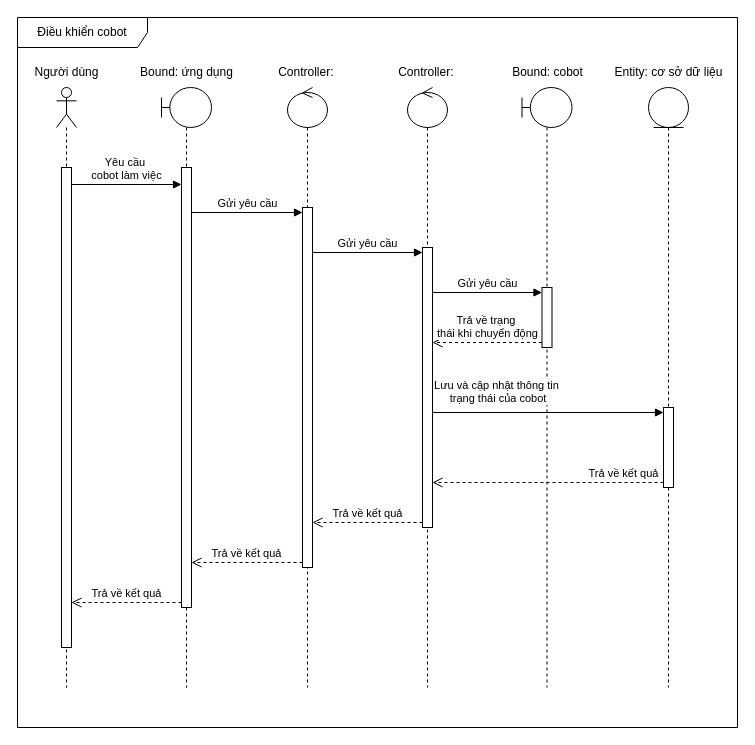
LTDat-HustK65/main-system keeps this draw.io diagram as page "Trang-3" (3 of 4) of sequence_diagram.drawio. Above is the earlier version. Source tidied: cells renumbered, new cells numbered last; positions are measured from the earlier drawing's top-left corner, leaving out a move shared by most shapes. Both pictures are drawn from the tidied source at 100%, with x=0, y=0 at pixel (17, 17).
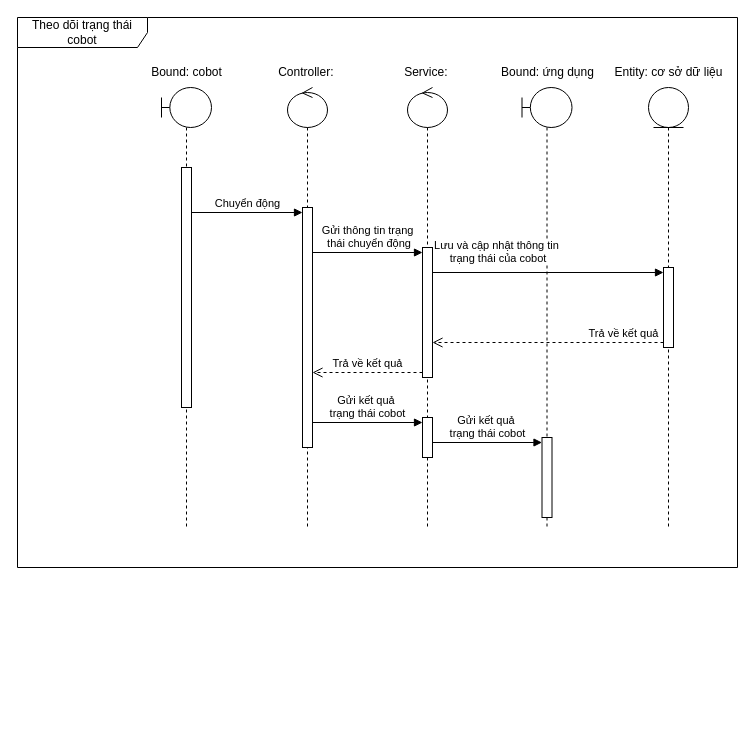
The same page after the edit.

The edit, as a diff of the source:
```diff
@@
-    <mxCell id="2" style="shape=umlLifeline;perimeter=lifelinePerimeter;whiteSpace=wrap;html=1;newEdgeStyle={&quot;curved&quot;:0,&quot;rounded&quot;:0};participant=umlActor;" parent="1" vertex="1">
-      <mxGeometry x="39" y="70" width="20" height="600" as="geometry" />
-    </mxCell>
-    <mxCell id="3" style="html=1;points=[[0,0,0,0,5],[0,1,0,0,-5],[1,0,0,0,5],[1,1,0,0,-5]];perimeter=orthogonalPerimeter;outlineConnect=0;targetShapes=umlLifeline;portConstraint=eastwest;newEdgeStyle={&quot;curved&quot;:0,&quot;rounded&quot;:0};" parent="2" vertex="1">
-      <mxGeometry x="5" y="80" width="10" height="480" as="geometry" />
-    </mxCell>
     <mxCell id="4" style="shape=umlLifeline;perimeter=lifelinePerimeter;whiteSpace=wrap;html=1;newEdgeStyle={&quot;curved&quot;:0,&quot;rounded&quot;:0};participant=umlBoundary;" parent="1" vertex="1">
-      <mxGeometry x="144" y="70" width="50" height="600" as="geometry" />
+      <mxGeometry x="144" y="70" width="50" height="440" as="geometry" />
     </mxCell>
     <mxCell id="5" style="html=1;points=[[0,0,0,0,5],[0,1,0,0,-5],[1,0,0,0,5],[1,1,0,0,-5]];perimeter=orthogonalPerimeter;outlineConnect=0;targetShapes=umlLifeline;portConstraint=eastwest;newEdgeStyle={&quot;curved&quot;:0,&quot;rounded&quot;:0};" parent="4" vertex="1">
-      <mxGeometry x="20" y="80" width="10" height="440" as="geometry" />
+      <mxGeometry x="20" y="80" width="10" height="240" as="geometry" />
     </mxCell>
     <mxCell id="6" style="shape=umlLifeline;perimeter=lifelinePerimeter;whiteSpace=wrap;html=1;newEdgeStyle={&quot;curved&quot;:0,&quot;rounded&quot;:0};participant=umlControl;" parent="1" vertex="1">
-      <mxGeometry x="270" y="70" width="40" height="600" as="geometry" />
+      <mxGeometry x="270" y="70" width="40" height="440" as="geometry" />
     </mxCell>
     <mxCell id="7" style="html=1;points=[[0,0,0,0,5],[0,1,0,0,-5],[1,0,0,0,5],[1,1,0,0,-5]];perimeter=orthogonalPerimeter;outlineConnect=0;targetShapes=umlLifeline;portConstraint=eastwest;newEdgeStyle={&quot;curved&quot;:0,&quot;rounded&quot;:0};" parent="6" vertex="1">
-      <mxGeometry x="15" y="120" width="10" height="360" as="geometry" />
+      <mxGeometry x="15" y="120" width="10" height="240" as="geometry" />
     </mxCell>
-    <mxCell id="8" value="Người dùng" style="text;html=1;align=center;verticalAlign=middle;strokeColor=none;fillColor=none;" parent="1" vertex="1">
-      <mxGeometry x="4" y="40" width="90" height="30" as="geometry" />
-    </mxCell>
-    <mxCell id="9" value="Bound: ứng dụng" style="text;html=1;align=center;verticalAlign=middle;strokeColor=none;fillColor=none;" parent="1" vertex="1">
-      <mxGeometry x="109" y="40" width="120" height="30" as="geometry" />
+    <mxCell id="9" value="Bound: cobot" style="text;html=1;align=center;verticalAlign=middle;strokeColor=none;fillColor=none;" parent="1" vertex="1">
+      <mxGeometry x="124" y="40" width="90" height="30" as="geometry" />
     </mxCell>
@@
     <mxCell id="11" style="shape=umlLifeline;perimeter=lifelinePerimeter;whiteSpace=wrap;html=1;newEdgeStyle={&quot;curved&quot;:0,&quot;rounded&quot;:0};participant=umlControl;" parent="1" vertex="1">
-      <mxGeometry x="390" y="70" width="40" height="600" as="geometry" />
+      <mxGeometry x="390" y="70" width="40" height="440" as="geometry" />
     </mxCell>
     <mxCell id="12" style="html=1;points=[[0,0,0,0,5],[0,1,0,0,-5],[1,0,0,0,5],[1,1,0,0,-5]];perimeter=orthogonalPerimeter;outlineConnect=0;targetShapes=umlLifeline;portConstraint=eastwest;newEdgeStyle={&quot;curved&quot;:0,&quot;rounded&quot;:0};" parent="11" vertex="1">
-      <mxGeometry x="15" y="160" width="10" height="280" as="geometry" />
+      <mxGeometry x="15" y="160" width="10" height="130" as="geometry" />
     </mxCell>
-    <mxCell id="13" value="Controller:&amp;nbsp;" style="text;html=1;align=center;verticalAlign=middle;strokeColor=none;fillColor=none;" parent="1" vertex="1">
-      <mxGeometry x="370" y="40" width="80" height="30" as="geometry" />
+    <mxCell id="13" value="Service:&amp;nbsp;" style="text;html=1;align=center;verticalAlign=middle;strokeColor=none;fillColor=none;" parent="1" vertex="1">
+      <mxGeometry x="375" y="40" width="70" height="30" as="geometry" />
     </mxCell>
     <mxCell id="14" style="shape=umlLifeline;perimeter=lifelinePerimeter;whiteSpace=wrap;html=1;newEdgeStyle={&quot;curved&quot;:0,&quot;rounded&quot;:0};participant=umlBoundary;" parent="1" vertex="1">
-      <mxGeometry x="504.5" y="70" width="50" height="600" as="geometry" />
+      <mxGeometry x="504.5" y="70" width="50" height="440" as="geometry" />
     </mxCell>
-    <mxCell id="15" style="html=1;points=[[0,0,0,0,5],[0,1,0,0,-5],[1,0,0,0,5],[1,1,0,0,-5]];perimeter=orthogonalPerimeter;outlineConnect=0;targetShapes=umlLifeline;portConstraint=eastwest;newEdgeStyle={&quot;curved&quot;:0,&quot;rounded&quot;:0};" parent="14" vertex="1">
-      <mxGeometry x="20" y="200" width="10" height="60" as="geometry" />
-    </mxCell>
-    <mxCell id="16" value="Bound: cobot" style="text;html=1;align=center;verticalAlign=middle;strokeColor=none;fillColor=none;" parent="1" vertex="1">
-      <mxGeometry x="484.5" y="40" width="90" height="30" as="geometry" />
+    <mxCell id="16" value="Bound: ứng dụng" style="text;html=1;align=center;verticalAlign=middle;strokeColor=none;fillColor=none;" parent="1" vertex="1">
+      <mxGeometry x="469.5" y="40" width="120" height="30" as="geometry" />
     </mxCell>
     <mxCell id="17" style="shape=umlLifeline;perimeter=lifelinePerimeter;whiteSpace=wrap;html=1;newEdgeStyle={&quot;curved&quot;:0,&quot;rounded&quot;:0};participant=umlEntity;" parent="1" vertex="1">
-      <mxGeometry x="631" y="70" width="40" height="600" as="geometry" />
+      <mxGeometry x="631" y="70" width="40" height="440" as="geometry" />
     </mxCell>
     <mxCell id="18" style="html=1;points=[[0,0,0,0,5],[0,1,0,0,-5],[1,0,0,0,5],[1,1,0,0,-5]];perimeter=orthogonalPerimeter;outlineConnect=0;targetShapes=umlLifeline;portConstraint=eastwest;newEdgeStyle={&quot;curved&quot;:0,&quot;rounded&quot;:0};" parent="17" vertex="1">
-      <mxGeometry x="15" y="320" width="10" height="80" as="geometry" />
+      <mxGeometry x="15" y="180" width="10" height="80" as="geometry" />
     </mxCell>
@@
-    <mxCell id="20" value="Yêu cầu&amp;nbsp;&lt;div&gt;cobot làm việc&lt;/div&gt;" style="html=1;verticalAlign=bottom;endArrow=block;curved=0;rounded=0;" parent="1" edge="1" target="5">
-      <mxGeometry relative="1" as="geometry">
-        <mxPoint x="54" y="167" as="sourcePoint" />
-      </mxGeometry>
-    </mxCell>
-    <mxCell id="21" value="Gửi yêu cầu" style="html=1;verticalAlign=bottom;endArrow=block;curved=0;rounded=0;entryX=0;entryY=0;entryDx=0;entryDy=5;entryPerimeter=0;" parent="1" edge="1" source="5" target="7">
+    <mxCell id="21" value="Chuyển động" style="html=1;verticalAlign=bottom;endArrow=block;curved=0;rounded=0;entryX=0;entryY=0;entryDx=0;entryDy=5;entryPerimeter=0;" parent="1" edge="1" source="5" target="7">
       <mxGeometry relative="1" as="geometry" />
     </mxCell>
-    <mxCell id="22" value="Gửi yêu cầu" style="html=1;verticalAlign=bottom;endArrow=block;curved=0;rounded=0;entryX=0;entryY=0;entryDx=0;entryDy=5;entryPerimeter=0;" parent="1" edge="1" source="7" target="12">
+    <mxCell id="22" value="Gửi thông tin trạng&lt;div&gt;&amp;nbsp;thái chuyển động&lt;/div&gt;" style="html=1;verticalAlign=bottom;endArrow=block;curved=0;rounded=0;entryX=0;entryY=0;entryDx=0;entryDy=5;entryPerimeter=0;" parent="1" edge="1" source="7" target="12">
       <mxGeometry relative="1" as="geometry" />
     </mxCell>
-    <mxCell id="23" value="Gửi yêu cầu" style="html=1;verticalAlign=bottom;endArrow=block;curved=0;rounded=0;entryX=0;entryY=0;entryDx=0;entryDy=5;entryPerimeter=0;" parent="1" edge="1" source="12" target="15">
-      <mxGeometry relative="1" as="geometry" />
-    </mxCell>
-    <mxCell id="24" value="Trả về trạng&amp;nbsp;&lt;div&gt;thái khi chuyển động&lt;/div&gt;" style="html=1;verticalAlign=bottom;endArrow=open;dashed=1;endSize=8;curved=0;rounded=0;exitX=0;exitY=1;exitDx=0;exitDy=-5;exitPerimeter=0;" parent="1" edge="1" source="15" target="12">
-      <mxGeometry relative="1" as="geometry" />
-    </mxCell>
@@
-    <mxCell id="26" value="Trả về kết quả" style="html=1;verticalAlign=bottom;endArrow=open;dashed=1;endSize=8;curved=0;rounded=0;exitX=0;exitY=1;exitDx=0;exitDy=-5;exitPerimeter=0;" parent="1" edge="1" source="7" target="5">
-      <mxGeometry relative="1" as="geometry" />
-    </mxCell>
-    <mxCell id="27" value="Trả về kết quả" style="html=1;verticalAlign=bottom;endArrow=open;dashed=1;endSize=8;curved=0;rounded=0;exitX=0;exitY=1;exitDx=0;exitDy=-5;exitPerimeter=0;" parent="1" edge="1" source="5" target="3">
-      <mxGeometry relative="1" as="geometry" />
-    </mxCell>
-    <mxCell id="28" value="Điều khiển cobot" style="shape=umlFrame;whiteSpace=wrap;html=1;width=130;height=30;" parent="1" vertex="1">
-      <mxGeometry width="720" height="710" as="geometry" />
+    <mxCell id="28" value="Theo dõi trạng thái cobot" style="shape=umlFrame;whiteSpace=wrap;html=1;width=130;height=30;" parent="1" vertex="1">
+      <mxGeometry width="720" height="550" as="geometry" />
     </mxCell>
@@
+    <mxCell id="31" style="html=1;points=[[0,0,0,0,5],[0,1,0,0,-5],[1,0,0,0,5],[1,1,0,0,-5]];perimeter=orthogonalPerimeter;outlineConnect=0;targetShapes=umlLifeline;portConstraint=eastwest;newEdgeStyle={&quot;curved&quot;:0,&quot;rounded&quot;:0};" parent="1" vertex="1">
+      <mxGeometry x="405" y="400" width="10" height="40" as="geometry" />
+    </mxCell>
+    <mxCell id="32" value="Gửi kết quả&amp;nbsp;&lt;div&gt;trạng thái cobot&lt;/div&gt;" style="html=1;verticalAlign=bottom;endArrow=block;curved=0;rounded=0;entryX=0;entryY=0;entryDx=0;entryDy=5;entryPerimeter=0;" parent="1" edge="1" source="7" target="31">
+      <mxGeometry relative="1" as="geometry" />
+    </mxCell>
+    <mxCell id="33" style="html=1;points=[[0,0,0,0,5],[0,1,0,0,-5],[1,0,0,0,5],[1,1,0,0,-5]];perimeter=orthogonalPerimeter;outlineConnect=0;targetShapes=umlLifeline;portConstraint=eastwest;newEdgeStyle={&quot;curved&quot;:0,&quot;rounded&quot;:0};" parent="1" vertex="1">
+      <mxGeometry x="524.5" y="420" width="10" height="80" as="geometry" />
+    </mxCell>
+    <mxCell id="34" value="Gửi kết quả&amp;nbsp;&lt;div&gt;trạng thái cobot&lt;/div&gt;" style="html=1;verticalAlign=bottom;endArrow=block;curved=0;rounded=0;entryX=0;entryY=0;entryDx=0;entryDy=5;entryPerimeter=0;" parent="1" edge="1" source="31" target="33">
+      <mxGeometry relative="1" as="geometry" />
+    </mxCell>
```
